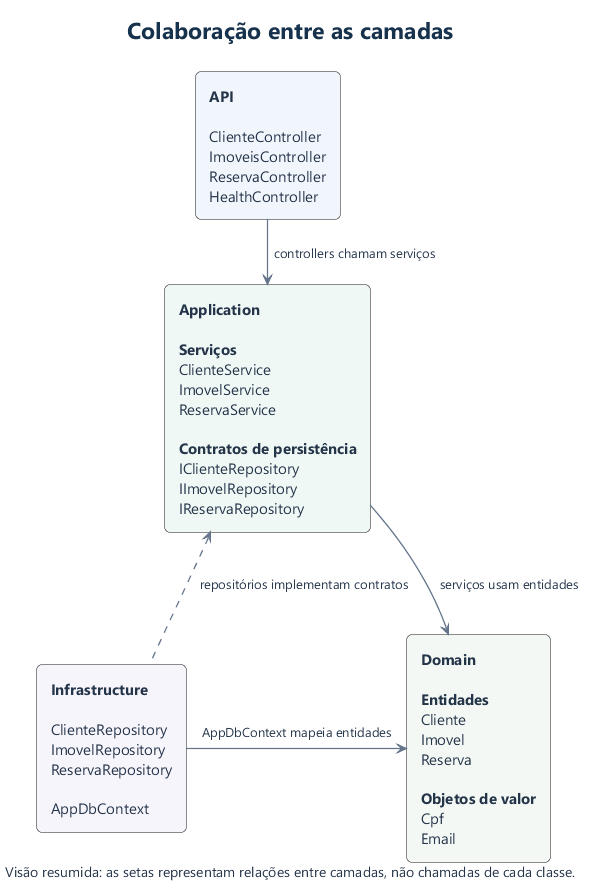
Above: docs/uml/imagens/03-classes-camadas.png in MurilloKelvin/API-Locacao-de-imoveis (PlantUML), before the change. Source of this version:
```plantuml
@startuml
!include estilo.iuml
!pragma layout smetana
title Colaboração entre as camadas
skinparam ranksep 80
skinparam nodesep 90

rectangle "<b>API</b>\n\nClienteController\nImoveisController\nReservaController\nHealthController" as API #F1F6FC
rectangle "<b>Application</b>\n\n<b>Serviços</b>\nClienteService\nImovelService\nReservaService\n\n<b>Contratos de persistência</b>\nIClienteRepository\nIImovelRepository\nIReservaRepository" as Application #F0F8F6
rectangle "<b>Infrastructure</b>\n\nClienteRepository\nImovelRepository\nReservaRepository\n\nAppDbContext" as Infrastructure #F7F5FC
rectangle "<b>Domain</b>\n\n<b>Entidades</b>\nCliente\nImovel\nReserva\n\n<b>Objetos de valor</b>\nCpf\nEmail" as Domain #F3F8F4

API -down-> Application : controllers chamam serviços
Application -right-> Domain : serviços usam entidades
Application <..down- Infrastructure : repositórios implementam contratos
Infrastructure -right-> Domain : AppDbContext mapeia entidades

caption Visão resumida: as setas representam relações entre camadas, não chamadas de cada classe.
@enduml
```
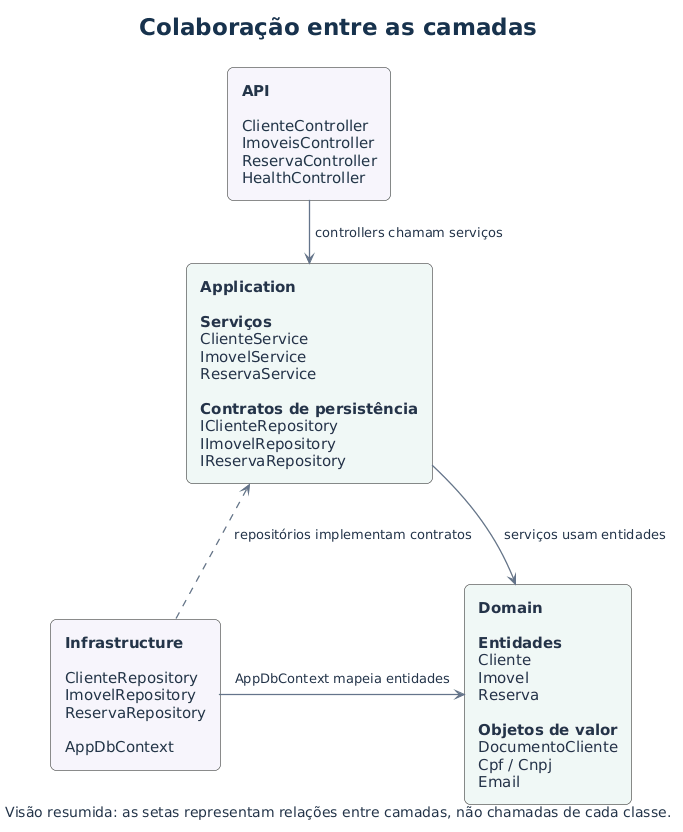
Above is the later version.

The edit, as a diff of the source:
```diff
@@ -8,7 +8,7 @@
 rectangle "<b>API</b>\n\nClienteController\nImoveisController\nReservaController\nHealthController" as API #F1F6FC
 rectangle "<b>Application</b>\n\n<b>Serviços</b>\nClienteService\nImovelService\nReservaService\n\n<b>Contratos de persistência</b>\nIClienteRepository\nIImovelRepository\nIReservaRepository" as Application #F0F8F6
 rectangle "<b>Infrastructure</b>\n\nClienteRepository\nImovelRepository\nReservaRepository\n\nAppDbContext" as Infrastructure #F7F5FC
-rectangle "<b>Domain</b>\n\n<b>Entidades</b>\nCliente\nImovel\nReserva\n\n<b>Objetos de valor</b>\nCpf\nEmail" as Domain #F3F8F4
+rectangle "<b>Domain</b>\n\n<b>Entidades</b>\nCliente\nImovel\nReserva\n\n<b>Objetos de valor</b>\nDocumentoCliente\nCpf / Cnpj\nEmail" as Domain #F3F8F4
 
 API -down-> Application : controllers chamam serviços
 Application -right-> Domain : serviços usam entidades
```
